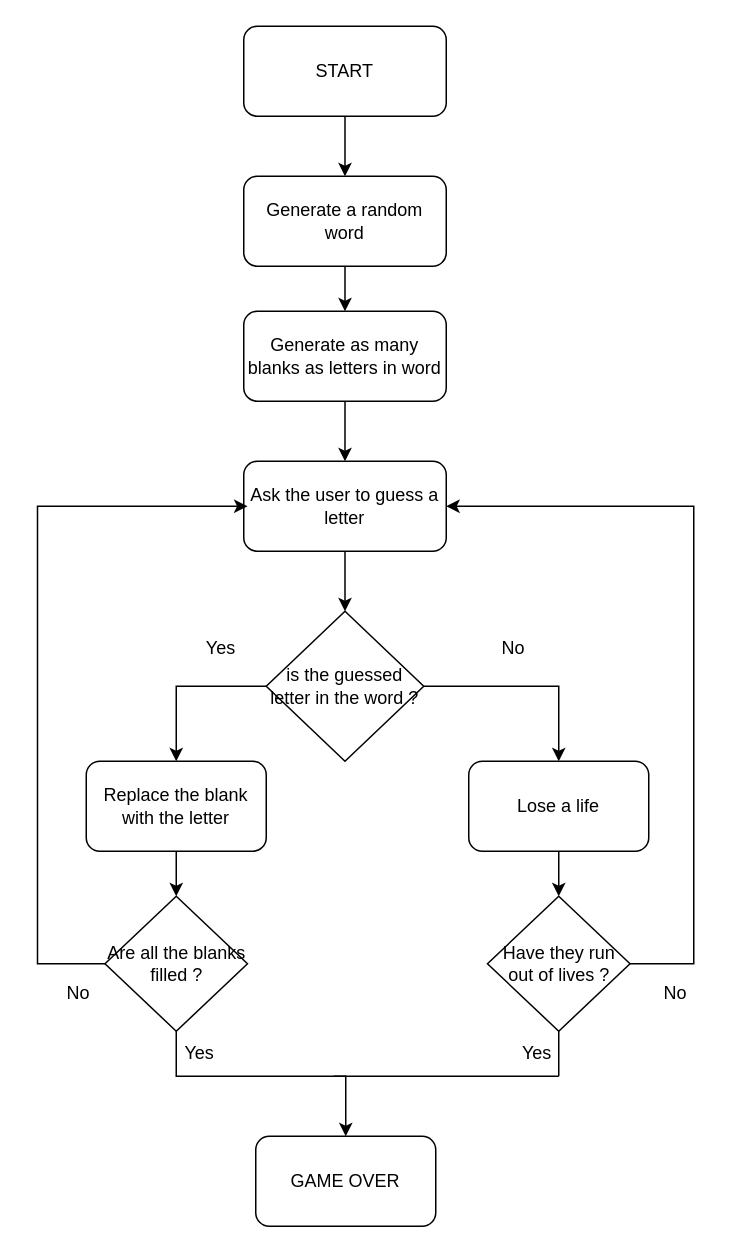
This is 100_Days_Bootcamp/Day_7_Hangman/Hangman.drawio from fmemeteau/Python, a draw.io file, before an edit. Source tidied: cells renumbered, new cells numbered last; positions are measured from the earlier drawing's top-left corner, leaving out a move shared by most shapes. Both pictures are drawn from the tidied source at 150%, with x=0, y=0 at pixel (33, 26).
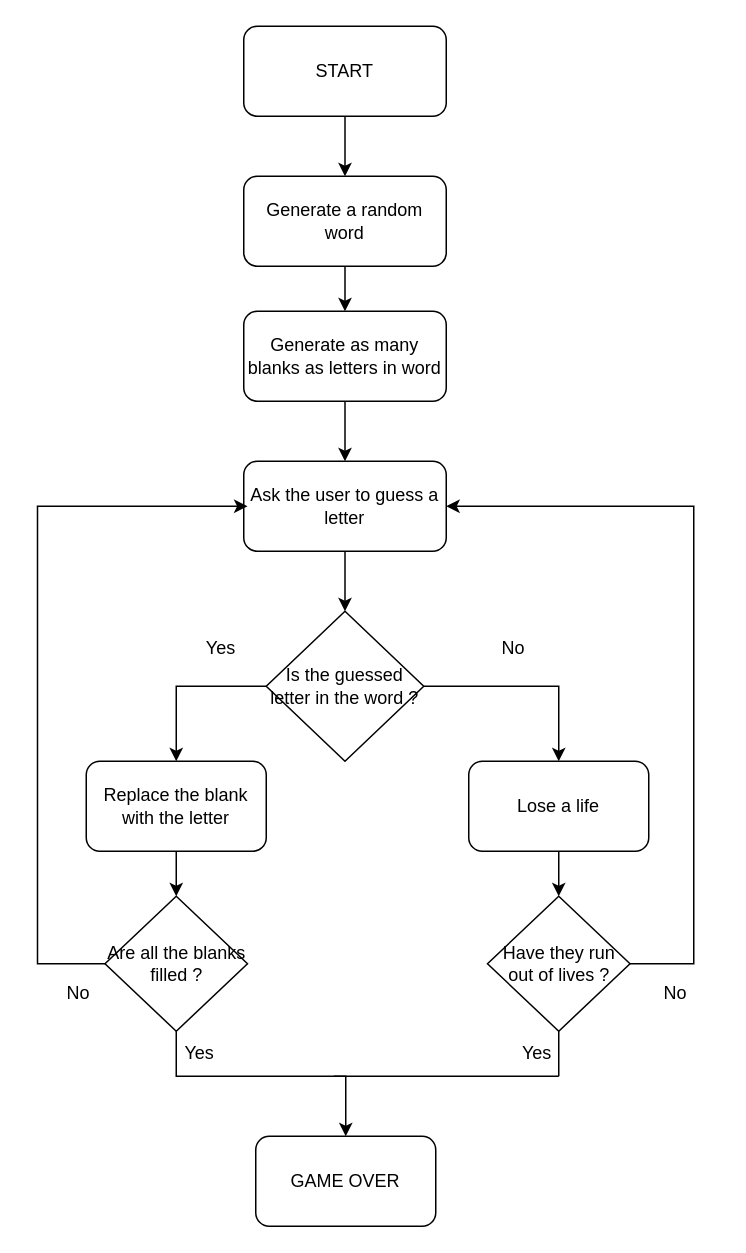
The same diagram, later.

The edit, as a diff of the source:
```diff
@@
-    <mxCell id="12" value="is the guessed letter in the word ?" style="rhombus;whiteSpace=wrap;html=1;" parent="1" vertex="1">
+    <mxCell id="12" value="Is the guessed letter in the word ?" style="rhombus;whiteSpace=wrap;html=1;" parent="1" vertex="1">
       <mxGeometry x="155" y="390" width="105" height="100" as="geometry" />
     </mxCell>
```
